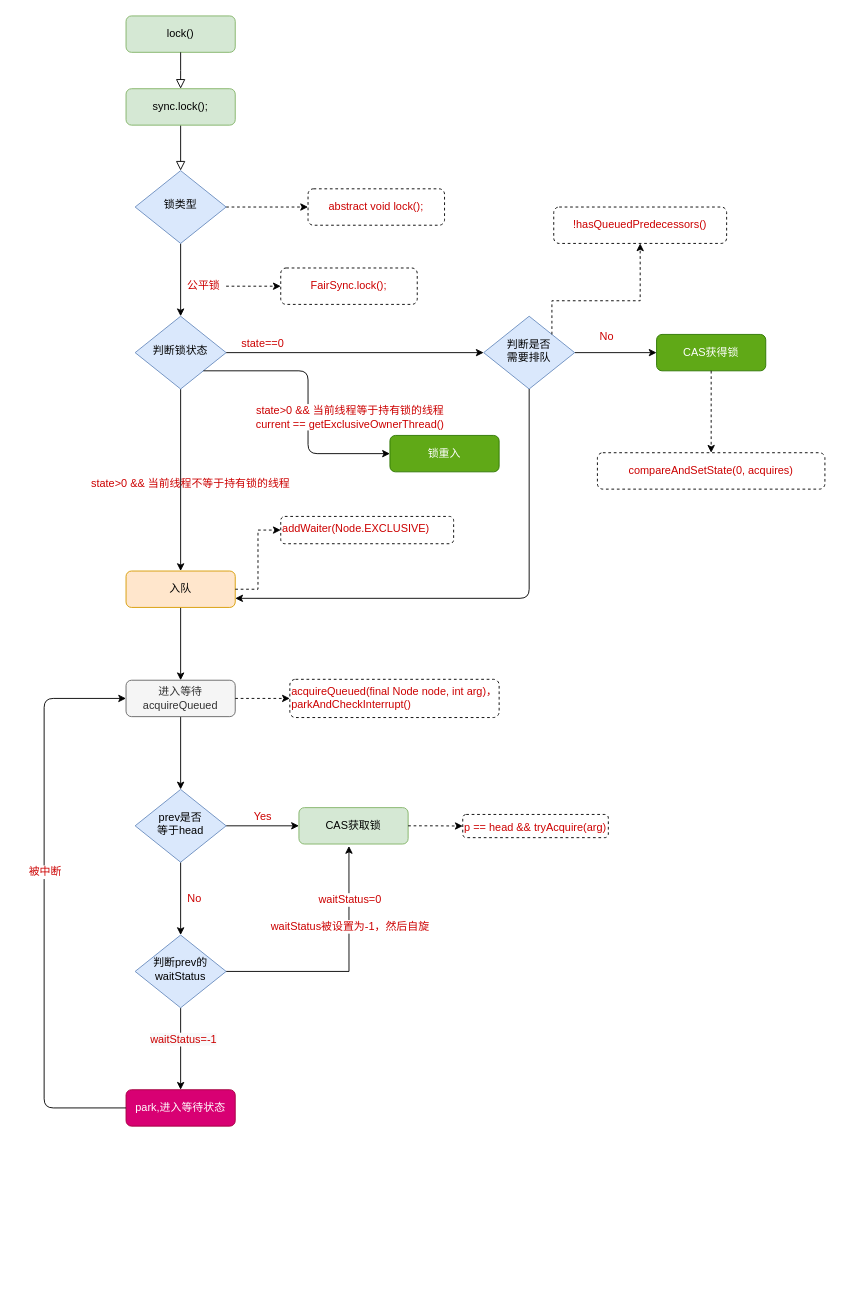
Earlier version of the draw.io diagram notes/se/JUC/lock/ReentrantLock-lock流程.drawio (zhangjukai/Go-Gad). Source tidied: cells renumbered, new cells numbered last; positions are measured from the earlier drawing's top-left corner, leaving out a move shared by most shapes. Both pictures are drawn from the tidied source at 91%, with x=0, y=0 at pixel (44, 15).
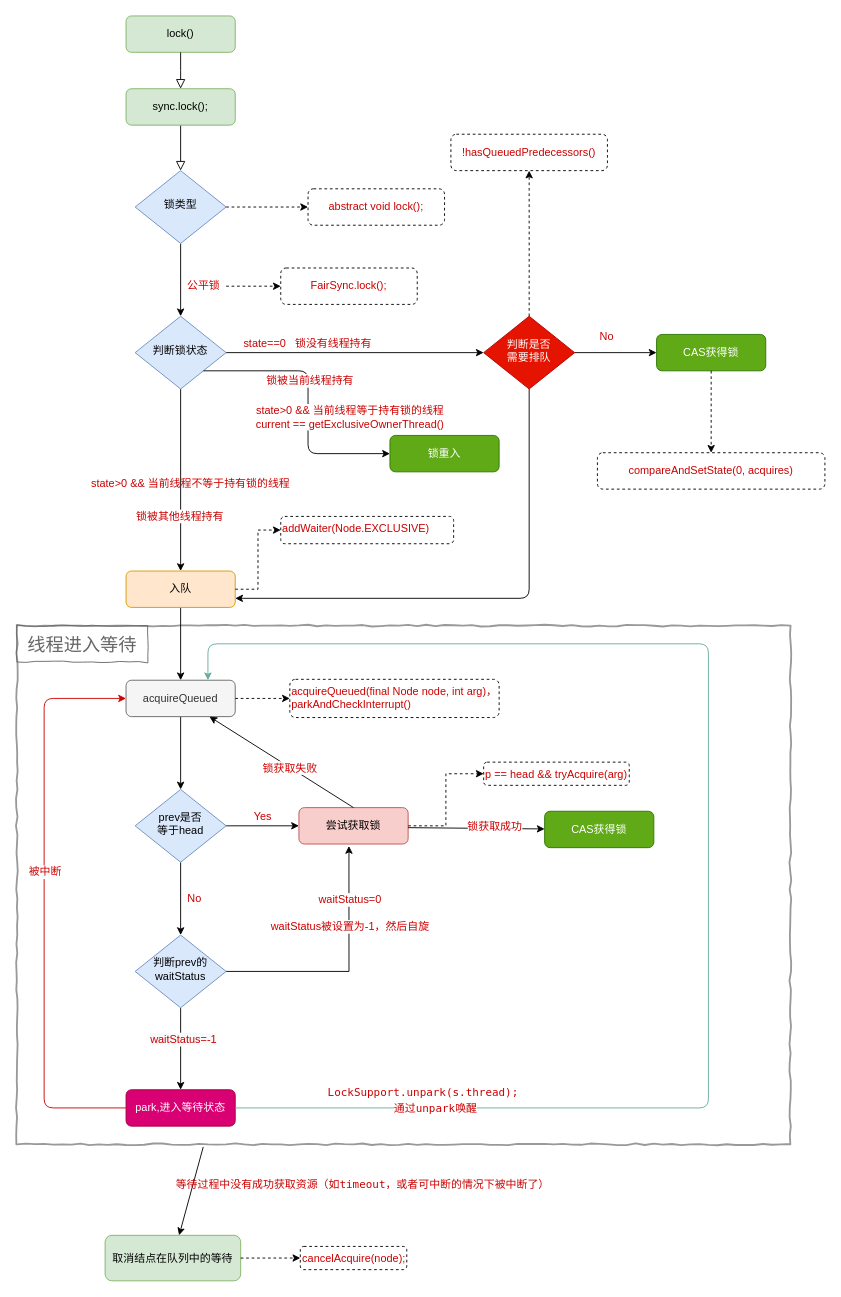
The same page after the edit.

Unchanged cells that the change refers to:
```xml
<mxCell id="8" style="edgeStyle=orthogonalEdgeStyle;rounded=0;jettySize=auto;html=1;fontSize=12;fontColor=#CC0000;entryX=0.5;entryY=0;entryDx=0;entryDy=0;" parent="1" edge="1" source="9" target="30">
  <mxGeometry relative="1" as="geometry" />
</mxCell>
<mxCell id="26" style="endArrow=classic;html=1;fontSize=12;fontColor=#CC0000;exitX=1;exitY=1;exitDx=0;exitDy=0;entryX=0;entryY=0.5;entryDx=0;entryDy=0;edgeStyle=orthogonalEdgeStyle;" parent="1" edge="1" source="9" target="25">
  <mxGeometry relative="1" as="geometry" />
</mxCell>
<mxCell id="53" value="park,进入等待状态" style="rounded=1;whiteSpace=wrap;strokeColor=#A50040;fontSize=12;fillColor=#d80073;fontColor=#ffffff;" parent="1" vertex="1">
  <mxGeometry x="90" y="1180" width="120" height="40" as="geometry" />
</mxCell>
```

Diff of the diagram source:
```diff
@@
+    <mxCell id="56" style="rounded=0;whiteSpace=wrap;html=1;fillColor=none;comic=1;strokeColor=#999999;fontColor=#333333;strokeWidth=2;" parent="1" vertex="1">
+      <mxGeometry x="-30" y="670" width="850" height="570" as="geometry" />
+    </mxCell>
@@
+    <mxCell id="57" value="锁被其他线程持有" style="text;html=1;align=center;verticalAlign=middle;labelBackgroundColor=#ffffff;fontSize=12;fontFamily=Lucida Console;fontColor=#CC0000;" parent="8" vertex="1">
+      <mxGeometry x="0.39" y="-2" relative="1" as="geometry" />
+    </mxCell>
@@
-    <mxCell id="11" value="判断是否&lt;br style=&quot;font-size: 12px;&quot;&gt;需要排队" style="rhombus;whiteSpace=wrap;html=1;shadow=0;fontFamily=Helvetica;fontSize=12;align=center;strokeWidth=1;spacing=6;spacingTop=-4;fillColor=#dae8fc;strokeColor=#6c8ebf;" parent="1" vertex="1">
+    <mxCell id="11" value="判断是否&lt;br style=&quot;font-size: 12px;&quot;&gt;需要排队" style="rhombus;whiteSpace=wrap;html=1;shadow=0;fontFamily=Helvetica;fontSize=12;align=center;strokeWidth=1;spacing=6;spacingTop=-4;fillColor=#e51400;strokeColor=#B20000;fontColor=#ffffff;" parent="1" vertex="1">
       <mxGeometry x="483" y="330" width="100" height="80" as="geometry" />
     </mxCell>
@@
-    <mxCell id="18" value="state==0" style="text;html=1;align=center;verticalAlign=middle;fontSize=12;fontColor=#CC0000;" parent="1" vertex="1">
-      <mxGeometry x="210" y="350" width="60" height="20" as="geometry" />
+    <mxCell id="18" value="state==0&amp;nbsp; &amp;nbsp;锁没有线程持有&amp;nbsp;" style="text;html=1;align=center;verticalAlign=middle;fontSize=12;fontColor=#CC0000;" parent="1" vertex="1">
+      <mxGeometry x="211" y="350" width="160" height="20" as="geometry" />
     </mxCell>
-    <mxCell id="19" style="edgeStyle=orthogonalEdgeStyle;rounded=0;jettySize=auto;html=1;dashed=1;exitX=1;exitY=0;exitDx=0;exitDy=0;entryX=0.5;entryY=1;entryDx=0;entryDy=0;fontSize=12;" parent="1" edge="1" source="11" target="20">
+    <mxCell id="19" style="edgeStyle=orthogonalEdgeStyle;rounded=0;jettySize=auto;html=1;dashed=1;exitX=0.5;exitY=0;exitDx=0;exitDy=0;fontSize=12;entryX=0.5;entryY=1;entryDx=0;entryDy=0;" parent="1" edge="1" source="11" target="20">
       <mxGeometry relative="1" as="geometry">
         <Array as="points">
-          <mxPoint x="558" y="313" />
-          <mxPoint x="655" y="313" />
+          <mxPoint x="533" y="200" />
         </Array>
       </mxGeometry>
     </mxCell>
     <mxCell id="20" value="&lt;pre style=&quot;background-color: rgb(255, 255, 255); font-family: &amp;quot;jetbrains mono&amp;quot;; font-size: 12px;&quot;&gt;&lt;pre style=&quot;font-family: &amp;quot;jetbrains mono&amp;quot;; font-size: 12px;&quot;&gt;&lt;pre style=&quot;font-family: &amp;quot;jetbrains mono&amp;quot;; font-size: 12px;&quot;&gt;!hasQueuedPredecessors()&lt;/pre&gt;&lt;/pre&gt;&lt;/pre&gt;" style="rounded=1;whiteSpace=wrap;html=1;dashed=1;fontColor=#CC0000;fontSize=12;" parent="1" vertex="1">
-      <mxGeometry x="560" y="210" width="190" height="40" as="geometry" />
+      <mxGeometry x="447" y="130" width="172" height="40" as="geometry" />
     </mxCell>
@@
+    <mxCell id="58" value="锁被当前线程持有" style="text;html=1;align=center;verticalAlign=middle;labelBackgroundColor=#ffffff;fontSize=12;fontFamily=Lucida Console;fontColor=#CC0000;" parent="26" vertex="1">
+      <mxGeometry x="-0.22" y="-10" relative="1" as="geometry">
+        <mxPoint x="11" y="10" as="offset" />
+      </mxGeometry>
+    </mxCell>
@@
-    <mxCell id="32" value="进入等待acquireQueued" style="rounded=1;whiteSpace=wrap;strokeColor=#666666;fontSize=12;fontColor=#333333;fillColor=#f5f5f5;" parent="1" vertex="1">
+    <mxCell id="32" value="acquireQueued" style="rounded=1;whiteSpace=wrap;strokeColor=#666666;fontSize=12;fontColor=#333333;fillColor=#f5f5f5;" parent="1" vertex="1">
       <mxGeometry x="90" y="730" width="120" height="40" as="geometry" />
     </mxCell>
@@
-    <mxCell id="49" value="CAS获取锁" style="rounded=1;whiteSpace=wrap;strokeColor=#82b366;fontSize=12;fillColor=#d5e8d4;" parent="1" vertex="1">
+    <mxCell id="49" value="尝试获取锁" style="rounded=1;whiteSpace=wrap;strokeColor=#b85450;fontSize=12;fillColor=#f8cecc;" parent="1" vertex="1">
       <mxGeometry x="280" y="870" width="120" height="40" as="geometry" />
     </mxCell>
     <mxCell id="50" value="p == head &amp;&amp; tryAcquire(arg)" style="text;fontSize=12;fontColor=#CC0000;labelBorderColor=none;strokeColor=#000000;dashed=1;rounded=1;whiteSpace=wrap;" parent="1" vertex="1">
-      <mxGeometry x="460" y="877.5" width="160" height="25.5" as="geometry" />
+      <mxGeometry x="483" y="820" width="160" height="25.5" as="geometry" />
     </mxCell>
@@
-    <mxCell id="54" style="endArrow=classic;html=1;fontSize=12;fontColor=#CC0000;exitX=0;exitY=0.5;exitDx=0;exitDy=0;entryX=0;entryY=0.5;entryDx=0;entryDy=0;edgeStyle=orthogonalEdgeStyle;" parent="1" edge="1" source="53" target="32">
+    <mxCell id="54" style="endArrow=classic;html=1;fontSize=12;fontColor=#CC0000;exitX=0;exitY=0.5;exitDx=0;exitDy=0;entryX=0;entryY=0.5;entryDx=0;entryDy=0;edgeStyle=orthogonalEdgeStyle;strokeColor=#CC0000;" parent="1" edge="1" source="53" target="32">
       <mxGeometry relative="1" as="geometry">
         <Array as="points">
           <mxPoint y="1200" />
           <mxPoint y="750" />
         </Array>
       </mxGeometry>
     </mxCell>
@@
+    <mxCell id="59" value="&lt;span style=&quot;white-space: normal; font-size: 20px;&quot;&gt;线程进入等待&lt;/span&gt;" style="rounded=0;whiteSpace=wrap;html=1;comic=1;labelBackgroundColor=none;strokeColor=#666666;strokeWidth=1;fillColor=none;fontSize=20;fontColor=#666666;fontFamily=Helvetica;" parent="1" vertex="1">
+      <mxGeometry x="-30" y="670" width="144" height="40" as="geometry" />
+    </mxCell>
+    <mxCell id="60" style="endArrow=classic;html=1;fontSize=20;fontColor=#67AB9F;exitX=0.5;exitY=0;exitDx=0;exitDy=0;" parent="1" edge="1" source="49" target="32">
+      <mxGeometry relative="1" as="geometry" />
+    </mxCell>
+    <mxCell id="61" value="锁获取失败" style="text;align=center;verticalAlign=middle;labelBackgroundColor=#ffffff;fontSize=12;fontColor=#CC0000;" parent="60" vertex="1">
+      <mxGeometry x="-0.25" y="3" relative="1" as="geometry">
+        <mxPoint x="-9.2" y="-9.7" as="offset" />
+      </mxGeometry>
+    </mxCell>
+    <mxCell id="62" style="endArrow=classic;html=1;fontSize=12;fontColor=#CC0000;" parent="1" edge="1" target="72">
+      <mxGeometry relative="1" as="geometry">
+        <mxPoint x="400" y="892" as="sourcePoint" />
+      </mxGeometry>
+    </mxCell>
+    <mxCell id="63" value="锁获取成功" style="text;html=1;align=center;verticalAlign=middle;labelBackgroundColor=#ffffff;fontSize=12;fontColor=#CC0000;" parent="62" vertex="1">
+      <mxGeometry x="0.25" y="2" relative="1" as="geometry" />
+    </mxCell>
+    <mxCell id="64" value="&lt;div style=&quot;margin-top: 0px ; margin-bottom: 0px ; padding: 0px ; overflow-wrap: break-word ; text-align: left&quot;&gt;&lt;div style=&quot;margin-top: 0px; margin-bottom: 0px; padding: 0px; overflow-wrap: break-word;&quot;&gt;&lt;span style=&quot;margin: 0px; padding: 0px; line-height: 1.5;&quot;&gt;取消结点在队列中的等待&lt;/span&gt;&lt;/div&gt;&lt;/div&gt;" style="rounded=1;whiteSpace=wrap;html=1;comic=0;labelBackgroundColor=none;strokeColor=#82b366;strokeWidth=1;fillColor=#d5e8d4;fontFamily=Lucida Console;fontSize=12;" parent="1" vertex="1">
+      <mxGeometry x="67" y="1340" width="149" height="50" as="geometry" />
+    </mxCell>
+    <mxCell id="65" style="endArrow=classic;html=1;fontFamily=Verdana;fontSize=12;fontColor=#CC0000;exitX=0.241;exitY=1.005;exitDx=0;exitDy=0;exitPerimeter=0;" parent="1" edge="1" source="56" target="64">
+      <mxGeometry relative="1" as="geometry" />
+    </mxCell>
+    <mxCell id="66" value="等待过程中没有成功获取资源（如timeout，或者可中断的情况下被中断了）" style="text;html=1;fontSize=12;fontFamily=Lucida Console;fontColor=#CC0000;" parent="1" vertex="1">
+      <mxGeometry x="143" y="1270" width="440" height="30" as="geometry" />
+    </mxCell>
+    <mxCell id="67" value="cancelAcquire(node);" style="text;fontSize=12;fontColor=#CC0000;labelBorderColor=none;strokeColor=#000000;dashed=1;rounded=1;whiteSpace=wrap;" parent="1" vertex="1">
+      <mxGeometry x="281.5" y="1352.2" width="117" height="25.5" as="geometry" />
+    </mxCell>
+    <mxCell id="68" style="edgeStyle=orthogonalEdgeStyle;rounded=0;jettySize=auto;html=1;dashed=1;entryX=0;entryY=0.5;entryDx=0;entryDy=0;exitX=1;exitY=0.5;exitDx=0;exitDy=0;fontSize=12;" parent="1" edge="1" source="64" target="67">
+      <mxGeometry relative="1" as="geometry" />
+    </mxCell>
+    <mxCell id="69" style="endArrow=classic;html=1;strokeColor=#67AB9F;fontFamily=Lucida Console;fontSize=12;fontColor=#CC0000;exitX=1;exitY=0.5;exitDx=0;exitDy=0;entryX=0.75;entryY=0;entryDx=0;entryDy=0;edgeStyle=orthogonalEdgeStyle;fillColor=#cdeb8b;" parent="1" edge="1" source="53" target="32">
+      <mxGeometry relative="1" as="geometry">
+        <Array as="points">
+          <mxPoint x="730" y="1200" />
+          <mxPoint x="730" y="690" />
+          <mxPoint x="180" y="690" />
+        </Array>
+      </mxGeometry>
+    </mxCell>
+    <mxCell id="70" value="通过unpark唤醒" style="text;html=1;align=center;verticalAlign=middle;labelBackgroundColor=#ffffff;fontSize=12;fontFamily=Lucida Console;fontColor=#CC0000;" parent="69" vertex="1">
+      <mxGeometry x="-0.73" y="-2" relative="1" as="geometry">
+        <mxPoint y="-2" as="offset" />
+      </mxGeometry>
+    </mxCell>
+    <mxCell id="71" value="LockSupport.unpark(s.thread);" style="text;html=1;fontSize=12;fontFamily=Lucida Console;fontColor=#CC0000;" parent="1" vertex="1">
+      <mxGeometry x="310" y="1169" width="240" height="30" as="geometry" />
+    </mxCell>
+    <mxCell id="72" value="CAS获得锁" style="rounded=1;whiteSpace=wrap;html=1;strokeColor=#2D7600;fontSize=12;fontColor=#ffffff;fillColor=#60a917;" parent="1" vertex="1">
+      <mxGeometry x="550" y="874" width="120" height="40" as="geometry" />
+    </mxCell>
```
